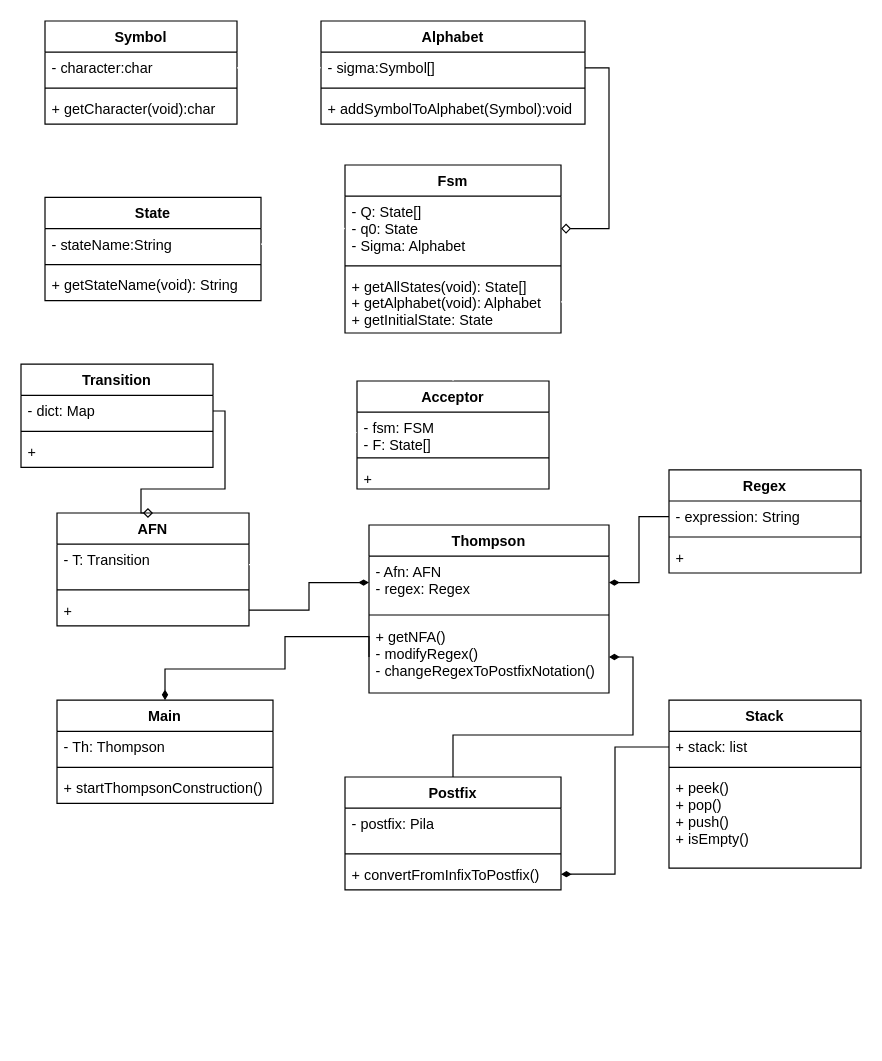
Above: DiagramaClases/clases.drawio in anthony-sv/regex-2-NFA (draw.io), before the change. Source tidied: cells renumbered, new cells numbered last; positions are measured from the earlier drawing's top-left corner, leaving out a move shared by most shapes. Both pictures are drawn from the tidied source at 120%, with x=0, y=0 at pixel (20, 20).
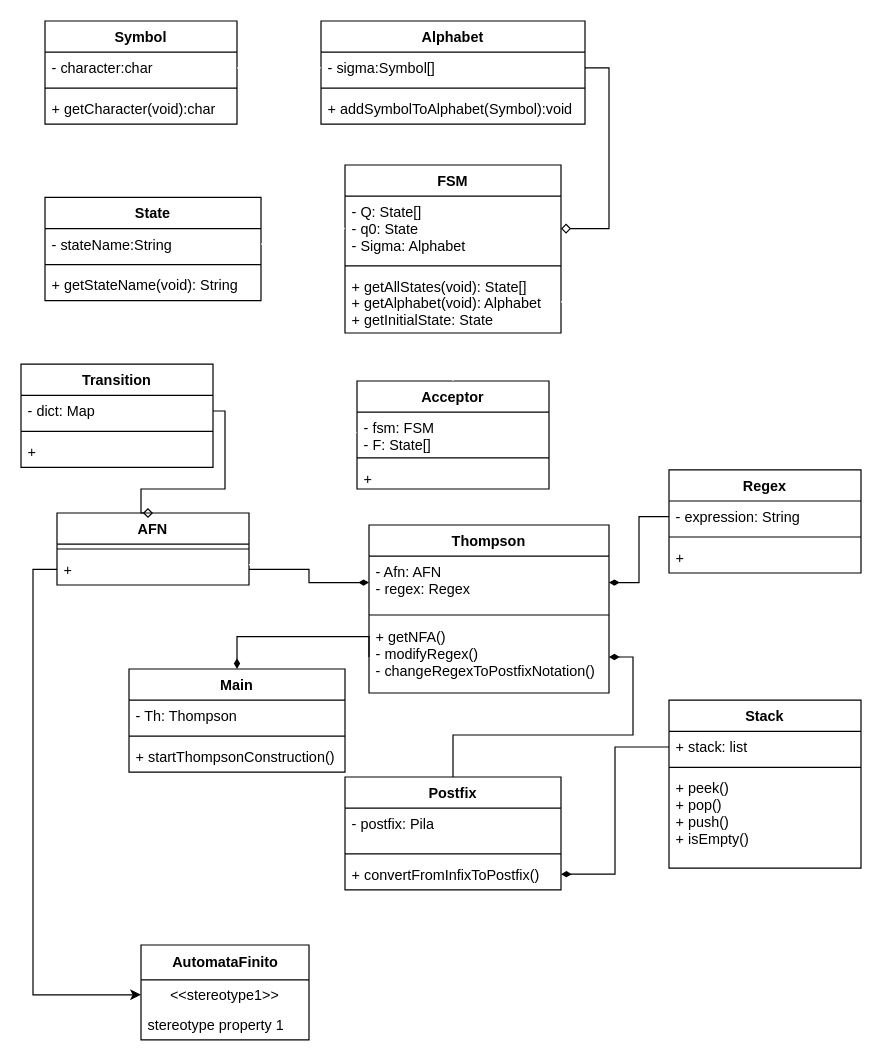
After the change.

The change refers to these unchanged cells:
```xml
<mxCell id="22" value="- fsm: FSM&#10;- F: State[]" style="text;strokeColor=none;fillColor=none;align=left;verticalAlign=top;spacingLeft=4;spacingRight=4;overflow=hidden;points=[[0,0.5],[1,0.5]];portConstraint=eastwest;" parent="21" vertex="1">
  <mxGeometry y="26" width="160" height="34" as="geometry" />
</mxCell>
<mxCell id="47" value="+ getNFA()&#10;- modifyRegex()&#10;- changeRegexToPostfixNotation()" style="text;strokeColor=none;fillColor=none;align=left;verticalAlign=top;spacingLeft=4;spacingRight=4;overflow=hidden;points=[[0,0.5],[1,0.5]];portConstraint=eastwest;" parent="44" vertex="1">
  <mxGeometry y="80" width="200" height="60" as="geometry" />
</mxCell>
```

Change to the diagram source:
```diff
@@
-    <mxCell id="14" value="Fsm" style="swimlane;fontStyle=1;align=center;verticalAlign=top;horizontal=1;startSize=26;" parent="1" vertex="1">
+    <mxCell id="14" value="FSM" style="swimlane;fontStyle=1;align=center;verticalAlign=top;horizontal=1;startSize=26;" parent="1" vertex="1">
       <mxGeometry x="270" y="120" width="180" height="140" as="geometry" />
     </mxCell>
@@
     <mxCell id="26" value="AFN" style="swimlane;fontStyle=1;align=center;verticalAlign=top;horizontal=1;startSize=26;" parent="1" vertex="1">
-      <mxGeometry x="30" y="410" width="160" height="94" as="geometry" />
+      <mxGeometry x="30" y="410" width="160" height="60" as="geometry" />
     </mxCell>
-    <mxCell id="27" value="- T: Transition" style="text;strokeColor=none;fillColor=none;align=left;verticalAlign=top;spacingLeft=4;spacingRight=4;overflow=hidden;points=[[0,0.5],[1,0.5]];portConstraint=eastwest;" parent="26" vertex="1">
-      <mxGeometry y="26" width="160" height="34" as="geometry" />
-    </mxCell>
     <mxCell id="28" style="line;strokeWidth=1;fillColor=none;align=left;verticalAlign=middle;spacingTop=-1;spacingLeft=3;spacingRight=3;labelPosition=right;" parent="26" vertex="1">
-      <mxGeometry y="60" width="160" height="8" as="geometry" />
+      <mxGeometry y="26" width="160" height="8" as="geometry" />
     </mxCell>
     <mxCell id="29" value="+" style="text;strokeColor=none;fillColor=none;align=left;verticalAlign=top;spacingLeft=4;spacingRight=4;overflow=hidden;points=[[0,0.5],[1,0.5]];portConstraint=eastwest;" parent="26" vertex="1">
-      <mxGeometry y="68" width="160" height="26" as="geometry" />
+      <mxGeometry y="34" width="160" height="26" as="geometry" />
     </mxCell>
@@
-    <mxCell id="35" style="edgeStyle=orthogonalEdgeStyle;rounded=0;jettySize=auto;html=1;exitX=1;exitY=0.5;exitDx=0;exitDy=0;entryX=0;entryY=0.5;entryDx=0;entryDy=0;endArrow=block;endFill=0;strokeColor=#FFFFFF;" parent="1" edge="1" source="27" target="22">
-      <mxGeometry relative="1" as="geometry" />
+    <mxCell id="35" style="edgeStyle=orthogonalEdgeStyle;rounded=0;jettySize=auto;html=1;exitX=1;exitY=0.5;exitDx=0;exitDy=0;entryX=0;entryY=0.5;entryDx=0;entryDy=0;endArrow=block;endFill=0;strokeColor=#FFFFFF;" parent="1" edge="1" target="22">
+      <mxGeometry relative="1" as="geometry">
+        <mxPoint x="190" y="453" as="sourcePoint" />
+        <Array as="points">
+          <mxPoint x="220" y="453" />
+          <mxPoint x="220" y="343" />
+        </Array>
+      </mxGeometry>
     </mxCell>
     <mxCell id="36" value="Main" style="swimlane;fontStyle=1;align=center;verticalAlign=top;horizontal=1;startSize=26;" parent="1" vertex="1">
-      <mxGeometry x="30" y="566" width="180" height="86" as="geometry" />
+      <mxGeometry x="90" y="540" width="180" height="86" as="geometry" />
     </mxCell>
@@
     <mxCell id="50" style="edgeStyle=orthogonalEdgeStyle;rounded=0;jettySize=auto;html=1;exitX=0;exitY=0.5;exitDx=0;exitDy=0;entryX=0.5;entryY=0;entryDx=0;entryDy=0;endArrow=diamondThin;endFill=1;" parent="1" edge="1" source="47" target="36">
       <mxGeometry relative="1" as="geometry">
         <Array as="points">
           <mxPoint x="290" y="513" />
-          <mxPoint x="220" y="513" />
-          <mxPoint x="220" y="540" />
-          <mxPoint x="120" y="540" />
+          <mxPoint x="180" y="513" />
         </Array>
       </mxGeometry>
     </mxCell>
@@
+    <mxCell id="61" value="AutomataFinito" style="swimlane;fontStyle=1;align=center;verticalAlign=middle;horizontal=1;startSize=29;html=1;" parent="1" vertex="1">
+      <mxGeometry x="100" y="770" width="140" height="79" as="geometry" />
+    </mxCell>
+    <mxCell id="62" value="&amp;lt;&amp;lt;stereotype1&amp;gt;&amp;gt;" style="text;html=1;strokeColor=none;fillColor=none;align=center;verticalAlign=middle;spacingLeft=4;spacingRight=4;overflow=hidden;points=[[0,0.5],[1,0.5]];portConstraint=eastwest;" parent="61" vertex="1">
+      <mxGeometry y="29" width="140" height="25" as="geometry" />
+    </mxCell>
+    <mxCell id="63" value="stereotype property 1" style="text;html=1;strokeColor=none;fillColor=none;align=left;verticalAlign=middle;spacingLeft=4;spacingRight=4;overflow=hidden;" parent="61" vertex="1">
+      <mxGeometry y="54" width="140" height="25" as="geometry" />
+    </mxCell>
+    <mxCell id="64" style="edgeStyle=orthogonalEdgeStyle;rounded=0;jettySize=auto;html=1;exitX=0;exitY=0.5;exitDx=0;exitDy=0;entryX=0;entryY=0.5;entryDx=0;entryDy=0;" parent="1" edge="1" source="29" target="62">
+      <mxGeometry relative="1" as="geometry" />
+    </mxCell>
```
